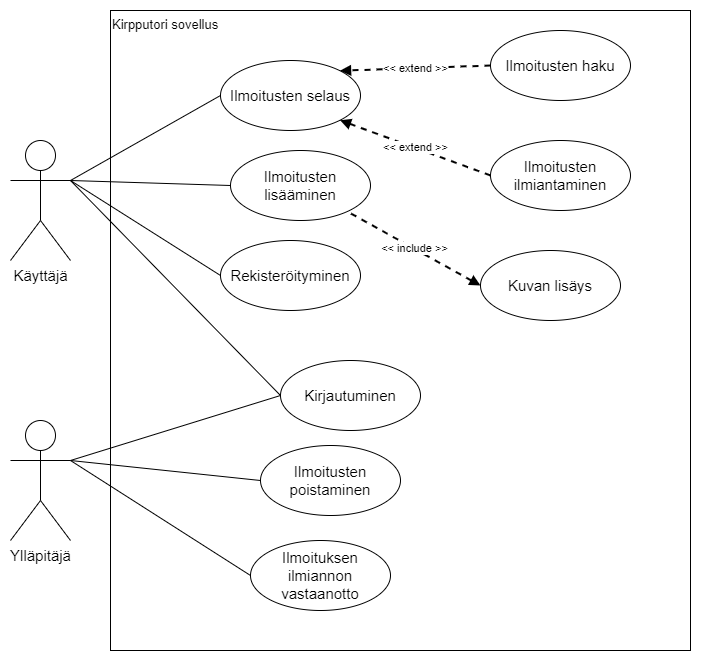
This is plan/UseCase-kaavio.png from JojoSnow/Naytto-kirpputori, a draw.io export, as it was before one commit. Source tidied: cells renumbered, new cells last; positions are measured from the earlier drawing's top-left corner, leaving out a move shared by most shapes. Source of this version:
```xml
<mxGraphModel>
  <root>
    <mxCell id="0" />
    <mxCell id="1" parent="0" />
    <mxCell id="2" value="Kirpputori sovellus" style="rounded=0;whiteSpace=wrap;html=1;align=left;verticalAlign=top;fontSize=13;" parent="1" vertex="1">
      <mxGeometry x="100" width="580" height="640" as="geometry" />
    </mxCell>
    <mxCell id="3" value="Käyttäjä" style="shape=umlActor;verticalLabelPosition=bottom;verticalAlign=top;html=1;fontSize=15;" parent="1" vertex="1">
      <mxGeometry y="130" width="60" height="120" as="geometry" />
    </mxCell>
    <mxCell id="4" value="Ylläpitäjä" style="shape=umlActor;verticalLabelPosition=bottom;verticalAlign=top;html=1;fontSize=15;" parent="1" vertex="1">
      <mxGeometry y="410" width="60" height="120" as="geometry" />
    </mxCell>
    <mxCell id="5" style="rounded=0;jettySize=auto;html=1;exitX=0;exitY=0.5;exitDx=0;exitDy=0;entryX=1;entryY=0.3333333333333333;entryDx=0;entryDy=0;entryPerimeter=0;fontSize=15;endArrow=none;endFill=0;" parent="1" edge="1" source="6" target="3">
      <mxGeometry relative="1" as="geometry" />
    </mxCell>
    <mxCell id="6" value="Ilmoitusten selaus" style="ellipse;whiteSpace=wrap;html=1;fontSize=15;" parent="1" vertex="1">
      <mxGeometry x="210" y="50" width="140" height="70" as="geometry" />
    </mxCell>
    <mxCell id="7" style="edgeStyle=none;rounded=0;jettySize=auto;html=1;exitX=0;exitY=0.5;exitDx=0;exitDy=0;fontSize=15;endArrow=none;endFill=0;" parent="1" edge="1" source="8">
      <mxGeometry relative="1" as="geometry">
        <mxPoint x="60" y="170" as="targetPoint" />
      </mxGeometry>
    </mxCell>
    <mxCell id="8" value="Ilmoitusten lisääminen" style="ellipse;whiteSpace=wrap;html=1;fontSize=15;" parent="1" vertex="1">
      <mxGeometry x="220" y="140" width="140" height="70" as="geometry" />
    </mxCell>
    <mxCell id="9" style="edgeStyle=none;rounded=0;jettySize=auto;html=1;exitX=0;exitY=0.5;exitDx=0;exitDy=0;entryX=1;entryY=0.3333333333333333;entryDx=0;entryDy=0;entryPerimeter=0;fontSize=15;endArrow=none;endFill=0;" parent="1" edge="1" source="10" target="4">
      <mxGeometry relative="1" as="geometry" />
    </mxCell>
    <mxCell id="10" value="Ilmoitusten poistaminen" style="ellipse;whiteSpace=wrap;html=1;fontSize=15;" parent="1" vertex="1">
      <mxGeometry x="250" y="435" width="140" height="70" as="geometry" />
    </mxCell>
    <mxCell id="11" style="edgeStyle=none;rounded=0;jettySize=auto;html=1;exitX=0;exitY=0.5;exitDx=0;exitDy=0;entryX=1;entryY=0.3333333333333333;entryDx=0;entryDy=0;entryPerimeter=0;fontSize=15;endArrow=none;endFill=0;" parent="1" edge="1" source="13" target="4">
      <mxGeometry relative="1" as="geometry" />
    </mxCell>
    <mxCell id="12" style="edgeStyle=none;rounded=0;jettySize=auto;html=1;exitX=0;exitY=0.5;exitDx=0;exitDy=0;fontSize=15;endArrow=none;endFill=0;" parent="1" edge="1" source="13">
      <mxGeometry relative="1" as="geometry">
        <mxPoint x="60" y="170" as="targetPoint" />
      </mxGeometry>
    </mxCell>
    <mxCell id="13" value="Kirjautuminen" style="ellipse;whiteSpace=wrap;html=1;fontSize=15;" parent="1" vertex="1">
      <mxGeometry x="270" y="350" width="140" height="70" as="geometry" />
    </mxCell>
    <mxCell id="14" value="&amp;lt;&amp;lt; include &amp;gt;&amp;gt;" style="edgeStyle=none;rounded=0;jettySize=auto;html=1;exitX=0;exitY=0.5;exitDx=0;exitDy=0;fontSize=11;endArrow=none;endFill=0;dashed=1;strokeWidth=2;startArrow=block;startFill=1;" parent="1" edge="1" source="15" target="8">
      <mxGeometry relative="1" as="geometry" />
    </mxCell>
    <mxCell id="15" value="Kuvan lisäys" style="ellipse;whiteSpace=wrap;html=1;fontSize=15;" parent="1" vertex="1">
      <mxGeometry x="470" y="240" width="140" height="70" as="geometry" />
    </mxCell>
    <mxCell id="16" value="&amp;lt;&amp;lt; extend &amp;gt;&amp;gt;" style="edgeStyle=none;rounded=0;jettySize=auto;html=1;exitX=0;exitY=0.5;exitDx=0;exitDy=0;entryX=1;entryY=0;entryDx=0;entryDy=0;dashed=1;fontSize=11;startArrow=none;startFill=0;endArrow=block;endFill=1;strokeWidth=2;" parent="1" edge="1" source="17" target="6">
      <mxGeometry relative="1" as="geometry" />
    </mxCell>
    <mxCell id="17" value="Ilmoitusten haku" style="ellipse;whiteSpace=wrap;html=1;fontSize=15;" parent="1" vertex="1">
      <mxGeometry x="480" y="20" width="140" height="70" as="geometry" />
    </mxCell>
    <mxCell id="18" value="&amp;lt;&amp;lt; extend &amp;gt;&amp;gt;" style="edgeStyle=none;rounded=0;jettySize=auto;html=1;exitX=0;exitY=0.5;exitDx=0;exitDy=0;entryX=1;entryY=1;entryDx=0;entryDy=0;dashed=1;fontSize=11;startArrow=none;startFill=0;endArrow=block;endFill=1;strokeWidth=2;" parent="1" edge="1" source="19" target="6">
      <mxGeometry relative="1" as="geometry" />
    </mxCell>
    <mxCell id="19" value="Ilmoitusten ilmiantaminen" style="ellipse;whiteSpace=wrap;html=1;fontSize=15;" parent="1" vertex="1">
      <mxGeometry x="480" y="130" width="140" height="70" as="geometry" />
    </mxCell>
    <mxCell id="20" style="edgeStyle=none;rounded=0;jettySize=auto;html=1;exitX=0;exitY=0.5;exitDx=0;exitDy=0;entryX=1;entryY=0.3333333333333333;entryDx=0;entryDy=0;entryPerimeter=0;fontSize=11;startArrow=none;startFill=0;endArrow=none;endFill=0;strokeWidth=1;" parent="1" edge="1" source="21" target="4">
      <mxGeometry relative="1" as="geometry" />
    </mxCell>
    <mxCell id="21" value="Ilmoituksen ilmiannon vastaanotto" style="ellipse;whiteSpace=wrap;html=1;fontSize=15;" parent="1" vertex="1">
      <mxGeometry x="240" y="530" width="140" height="70" as="geometry" />
    </mxCell>
    <mxCell id="22" style="edgeStyle=none;rounded=0;jettySize=auto;html=1;exitX=0;exitY=0.5;exitDx=0;exitDy=0;entryX=1;entryY=0.3333333333333333;entryDx=0;entryDy=0;entryPerimeter=0;fontSize=13;startArrow=none;startFill=0;endArrow=none;endFill=0;strokeWidth=1;" parent="1" edge="1" source="23" target="3">
      <mxGeometry relative="1" as="geometry" />
    </mxCell>
    <mxCell id="23" value="Rekisteröityminen" style="ellipse;whiteSpace=wrap;html=1;fontSize=15;" parent="1" vertex="1">
      <mxGeometry x="210" y="230" width="140" height="70" as="geometry" />
    </mxCell>
  </root>
</mxGraphModel>
```
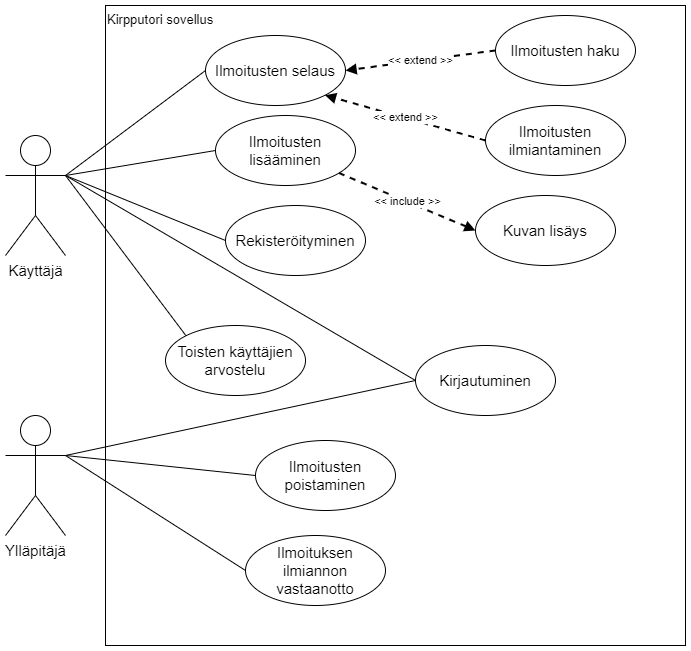
After the change.

What changed in the source:
```diff
@@ -15,7 +15,7 @@
       <mxGeometry relative="1" as="geometry" />
     </mxCell>
     <mxCell id="6" value="Ilmoitusten selaus" style="ellipse;whiteSpace=wrap;html=1;fontSize=15;" parent="1" vertex="1">
-      <mxGeometry x="210" y="50" width="140" height="70" as="geometry" />
+      <mxGeometry x="200" y="30" width="140" height="70" as="geometry" />
     </mxCell>
     <mxCell id="7" style="edgeStyle=none;rounded=0;jettySize=auto;html=1;exitX=0;exitY=0.5;exitDx=0;exitDy=0;fontSize=15;endArrow=none;endFill=0;" parent="1" edge="1" source="8">
       <mxGeometry relative="1" as="geometry">
@@ -23,7 +23,7 @@
       </mxGeometry>
     </mxCell>
     <mxCell id="8" value="Ilmoitusten lisääminen" style="ellipse;whiteSpace=wrap;html=1;fontSize=15;" parent="1" vertex="1">
-      <mxGeometry x="220" y="140" width="140" height="70" as="geometry" />
+      <mxGeometry x="210" y="110" width="140" height="70" as="geometry" />
     </mxCell>
     <mxCell id="9" style="edgeStyle=none;rounded=0;jettySize=auto;html=1;exitX=0;exitY=0.5;exitDx=0;exitDy=0;entryX=1;entryY=0.3333333333333333;entryDx=0;entryDy=0;entryPerimeter=0;fontSize=15;endArrow=none;endFill=0;" parent="1" edge="1" source="10" target="4">
       <mxGeometry relative="1" as="geometry" />
@@ -40,25 +40,25 @@
       </mxGeometry>
     </mxCell>
     <mxCell id="13" value="Kirjautuminen" style="ellipse;whiteSpace=wrap;html=1;fontSize=15;" parent="1" vertex="1">
-      <mxGeometry x="270" y="350" width="140" height="70" as="geometry" />
+      <mxGeometry x="410" y="340" width="140" height="70" as="geometry" />
     </mxCell>
     <mxCell id="14" value="&amp;lt;&amp;lt; include &amp;gt;&amp;gt;" style="edgeStyle=none;rounded=0;jettySize=auto;html=1;exitX=0;exitY=0.5;exitDx=0;exitDy=0;fontSize=11;endArrow=none;endFill=0;dashed=1;strokeWidth=2;startArrow=block;startFill=1;" parent="1" edge="1" source="15" target="8">
       <mxGeometry relative="1" as="geometry" />
     </mxCell>
     <mxCell id="15" value="Kuvan lisäys" style="ellipse;whiteSpace=wrap;html=1;fontSize=15;" parent="1" vertex="1">
-      <mxGeometry x="470" y="240" width="140" height="70" as="geometry" />
+      <mxGeometry x="470" y="190" width="140" height="70" as="geometry" />
     </mxCell>
-    <mxCell id="16" value="&amp;lt;&amp;lt; extend &amp;gt;&amp;gt;" style="edgeStyle=none;rounded=0;jettySize=auto;html=1;exitX=0;exitY=0.5;exitDx=0;exitDy=0;entryX=1;entryY=0;entryDx=0;entryDy=0;dashed=1;fontSize=11;startArrow=none;startFill=0;endArrow=block;endFill=1;strokeWidth=2;" parent="1" edge="1" source="17" target="6">
+    <mxCell id="16" value="&amp;lt;&amp;lt; extend &amp;gt;&amp;gt;" style="edgeStyle=none;rounded=0;jettySize=auto;html=1;exitX=0;exitY=0.5;exitDx=0;exitDy=0;entryX=1;entryY=0.5;entryDx=0;entryDy=0;dashed=1;fontSize=11;startArrow=none;startFill=0;endArrow=block;endFill=1;strokeWidth=2;" parent="1" edge="1" source="17" target="6">
       <mxGeometry relative="1" as="geometry" />
     </mxCell>
     <mxCell id="17" value="Ilmoitusten haku" style="ellipse;whiteSpace=wrap;html=1;fontSize=15;" parent="1" vertex="1">
-      <mxGeometry x="480" y="20" width="140" height="70" as="geometry" />
+      <mxGeometry x="490" y="10" width="140" height="70" as="geometry" />
     </mxCell>
     <mxCell id="18" value="&amp;lt;&amp;lt; extend &amp;gt;&amp;gt;" style="edgeStyle=none;rounded=0;jettySize=auto;html=1;exitX=0;exitY=0.5;exitDx=0;exitDy=0;entryX=1;entryY=1;entryDx=0;entryDy=0;dashed=1;fontSize=11;startArrow=none;startFill=0;endArrow=block;endFill=1;strokeWidth=2;" parent="1" edge="1" source="19" target="6">
       <mxGeometry relative="1" as="geometry" />
     </mxCell>
     <mxCell id="19" value="Ilmoitusten ilmiantaminen" style="ellipse;whiteSpace=wrap;html=1;fontSize=15;" parent="1" vertex="1">
-      <mxGeometry x="480" y="130" width="140" height="70" as="geometry" />
+      <mxGeometry x="480" y="100" width="140" height="70" as="geometry" />
     </mxCell>
     <mxCell id="20" style="edgeStyle=none;rounded=0;jettySize=auto;html=1;exitX=0;exitY=0.5;exitDx=0;exitDy=0;entryX=1;entryY=0.3333333333333333;entryDx=0;entryDy=0;entryPerimeter=0;fontSize=11;startArrow=none;startFill=0;endArrow=none;endFill=0;strokeWidth=1;" parent="1" edge="1" source="21" target="4">
       <mxGeometry relative="1" as="geometry" />
@@ -70,7 +70,15 @@
       <mxGeometry relative="1" as="geometry" />
     </mxCell>
     <mxCell id="23" value="Rekisteröityminen" style="ellipse;whiteSpace=wrap;html=1;fontSize=15;" parent="1" vertex="1">
-      <mxGeometry x="210" y="230" width="140" height="70" as="geometry" />
+      <mxGeometry x="220" y="200" width="140" height="70" as="geometry" />
     </mxCell>
+    <mxCell id="24" style="rounded=0;jettySize=auto;html=1;exitX=0;exitY=0;exitDx=0;exitDy=0;endArrow=none;endFill=0;" parent="1" edge="1" source="25">
+      <mxGeometry relative="1" as="geometry">
+        <mxPoint x="60" y="170" as="targetPoint" />
+      </mxGeometry>
+    </mxCell>
+    <mxCell id="25" value="Toisten käyttäjien arvostelu" style="ellipse;whiteSpace=wrap;html=1;fontSize=15;" parent="1" vertex="1">
+      <mxGeometry x="160" y="320" width="140" height="70" as="geometry" />
+    </mxCell>
   </root>
 </mxGraphModel>
```
